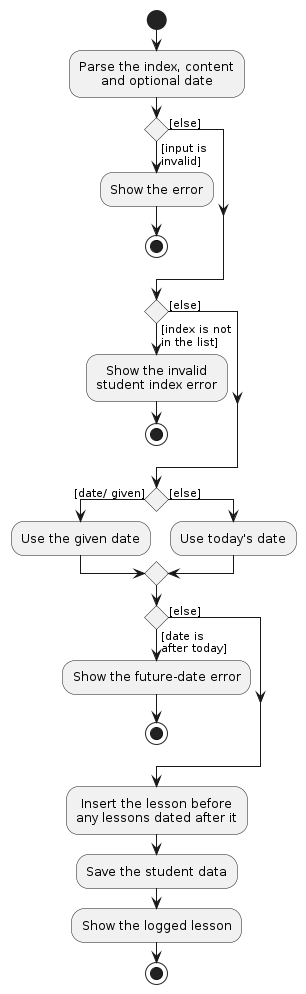
AY2627S1-CS2103T-T11-1/tp keeps this PlantUML diagram as diagrams/LogActivityDiagram.png. Above is the earlier version. Its source is kept beside it as diagrams/LogActivityDiagram.puml.
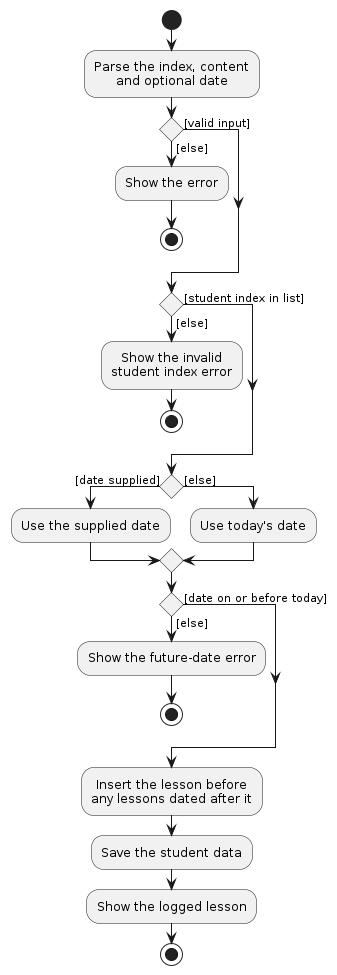
The same diagram one commit later.

Diff of the diagram source:
```diff
@@ -7,32 +7,29 @@
 and optional date;
 
 
-if () then ([input is
-invalid])
+if () then ([valid input])
+else ([else])
     :Show the error;
     stop
-else ([else])
 endif
 
-if () then ([index is not
-in the list])
+if () then ([student index in list])
+else ([else])
     :Show the invalid
     student index error;
     stop
-else ([else])
 endif
 
-if () then ([date/ given])
-    :Use the given date;
+if () then ([date supplied])
+    :Use the supplied date;
 else ([else])
     :Use today's date;
 endif
 
-if () then ([date is
-after today])
+if () then ([date on or before today])
+else ([else])
     :Show the future-date error;
     stop
-else ([else])
 endif
 
 :Insert the lesson before
```
